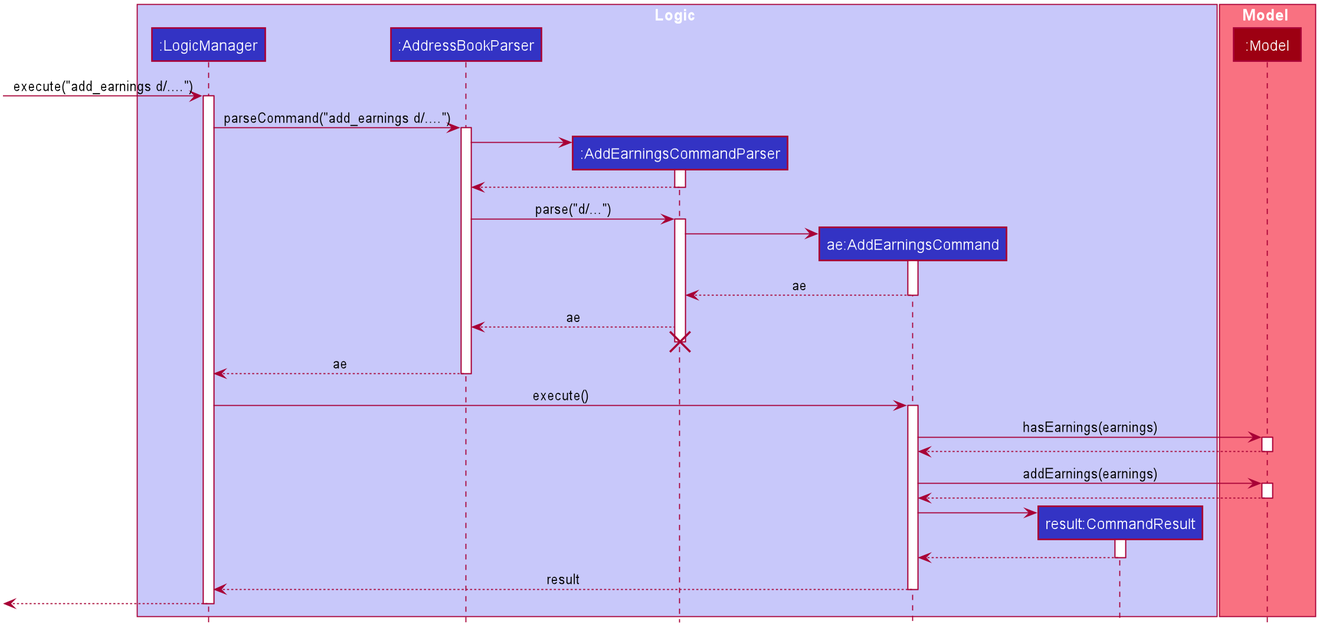
nus-cs2103-AY1920S1/addressbook-level3 keeps this PlantUML diagram as docs/images/AddEarningsSequenceDiagram.png. Above is the earlier version.
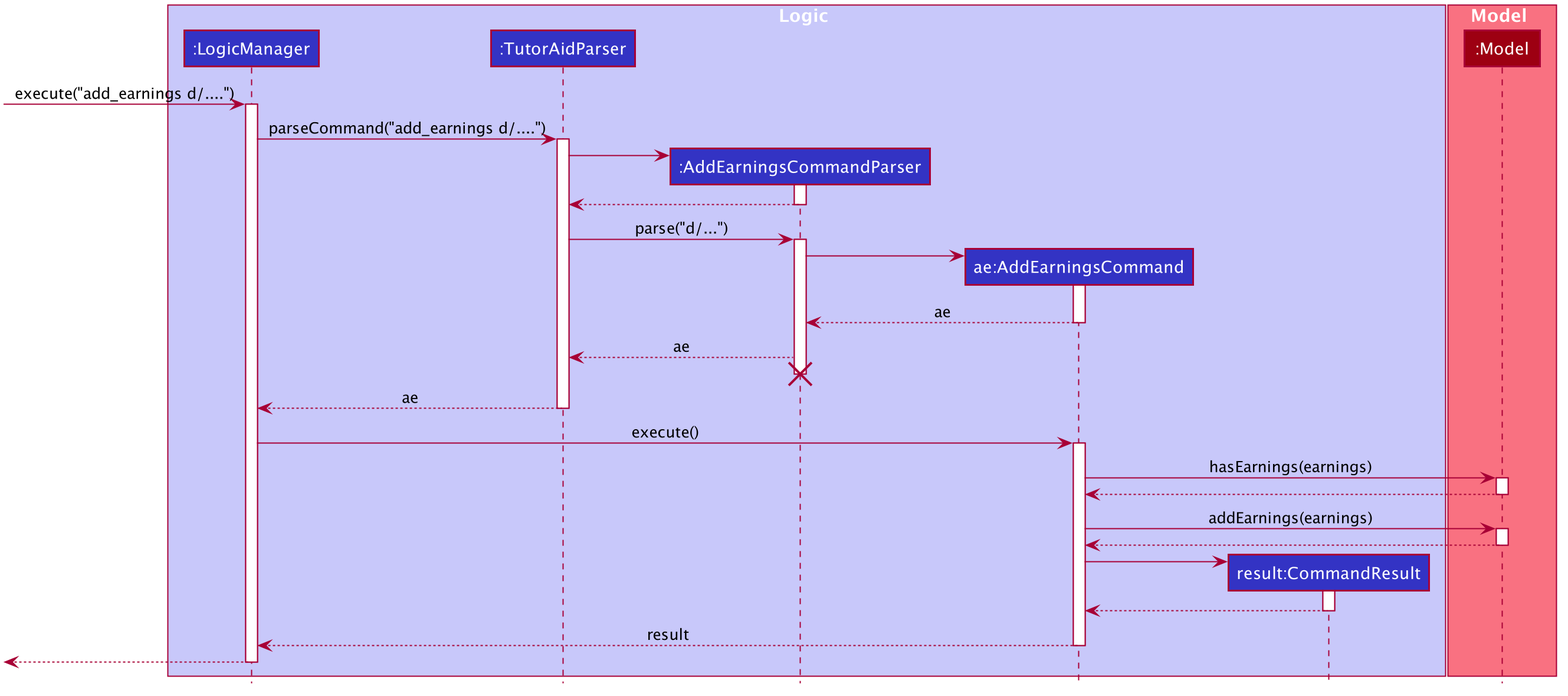
The same diagram one commit later.

Change to the diagram source:
```diff
@@ -50,7 +50,7 @@
 
 box Logic #C8C8FA
 participant ":LogicManager" as LogicManager #3333C4
-participant ":AddressBookParser" as AddressBookParser #3333C4
+participant ":TutorAidParser" as TutorAidParser #3333C4
 participant ":AddEarningsCommandParser" as AddEarningsCommandParser #3333C4
 participant "ae:AddEarningsCommand" as AddEarningsCommand #3333C4
 participant "result:CommandResult" as CommandResult #3333C4
@@ -63,17 +63,17 @@
 [-> LogicManager : execute("add_earnings d/....")
 activate LogicManager
 
-LogicManager -> AddressBookParser : parseCommand("add_earnings d/....")
-activate AddressBookParser
+LogicManager -> TutorAidParser : parseCommand("add_earnings d/....")
+activate TutorAidParser
 
 create AddEarningsCommandParser
-AddressBookParser -> AddEarningsCommandParser
+TutorAidParser -> AddEarningsCommandParser
 activate AddEarningsCommandParser
 
-AddEarningsCommandParser --> AddressBookParser
+AddEarningsCommandParser --> TutorAidParser
 deactivate AddEarningsCommandParser
 
-AddressBookParser -> AddEarningsCommandParser : parse("d/...")
+TutorAidParser -> AddEarningsCommandParser : parse("d/...")
 activate AddEarningsCommandParser
 
 create AddEarningsCommand
@@ -83,13 +83,13 @@
 AddEarningsCommand --> AddEarningsCommandParser : ae
 deactivate AddEarningsCommand
 
-AddEarningsCommandParser --> AddressBookParser : ae
+AddEarningsCommandParser --> TutorAidParser : ae
 deactivate AddEarningsCommand
-AddEarningsCommandParser -[hidden]-> AddressBookParser
+AddEarningsCommandParser -[hidden]-> TutorAidParser
 destroy AddEarningsCommandParser
 
-AddressBookParser --> LogicManager : ae
-deactivate AddressBookParser
+TutorAidParser --> LogicManager : ae
+deactivate TutorAidParser
 
 LogicManager -> AddEarningsCommand : execute()
 activate AddEarningsCommand
```
